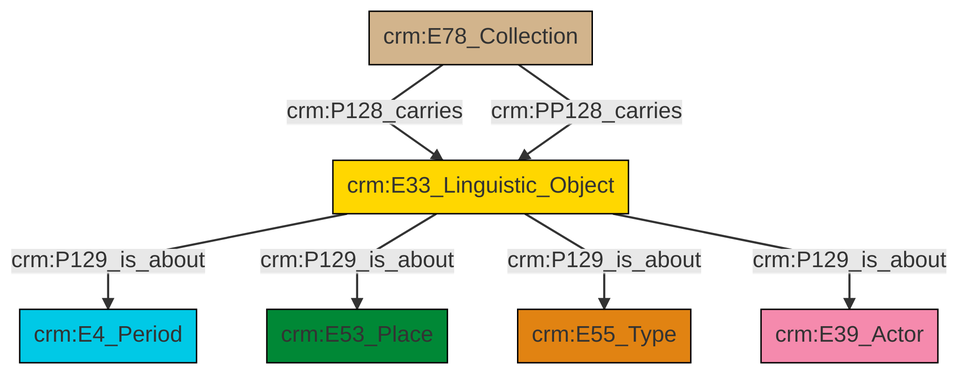
Above: et/archivalCSV/ttl/mmd/png/archival_aboutness.png in swiss-art-research-net/docs.swissartresearch (Mermaid), before the change. Its source is kept beside it as et/archivalCSV/ttl/mmd/archival_aboutness.ttl.mmd.
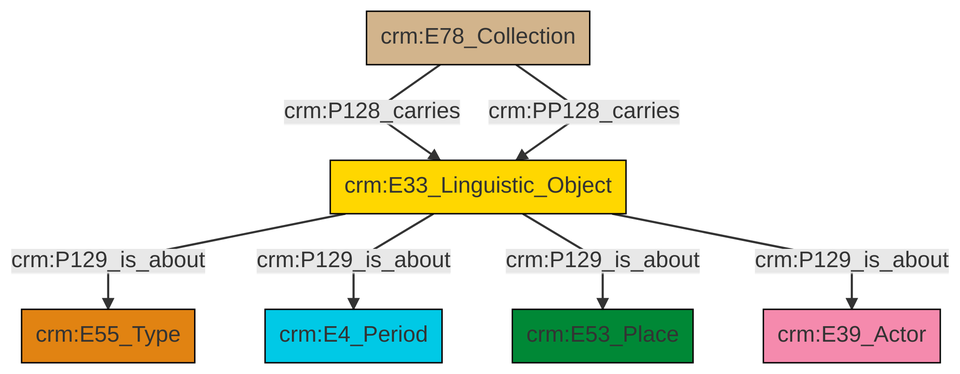
The same diagram one commit later.

Diff of the diagram source:
```diff
@@ -14,8 +14,8 @@
 classDef Multi fill:#cccccc,stroke:#000000;
 
 0["crm:E78_Collection"]:::Physical_Thing -->|crm:P128_carries| 1["crm:E33_Linguistic_Object"]:::Conceptual_Object
-1["crm:E33_Linguistic_Object"]:::Conceptual_Object -->|crm:P129_is_about| 2["crm:E4_Period"]:::Temporal_Entity
-1["crm:E33_Linguistic_Object"]:::Conceptual_Object -->|crm:P129_is_about| 8["crm:E53_Place"]:::Place
-1["crm:E33_Linguistic_Object"]:::Conceptual_Object -->|crm:P129_is_about| 4["crm:E55_Type"]:::Type
+1["crm:E33_Linguistic_Object"]:::Conceptual_Object -->|crm:P129_is_about| 2["crm:E55_Type"]:::Type
+1["crm:E33_Linguistic_Object"]:::Conceptual_Object -->|crm:P129_is_about| 8["crm:E4_Period"]:::Temporal_Entity
 0["crm:E78_Collection"]:::Physical_Thing -->|crm:PP128_carries| 1["crm:E33_Linguistic_Object"]:::Conceptual_Object
-1["crm:E33_Linguistic_Object"]:::Conceptual_Object -->|crm:P129_is_about| 6["crm:E39_Actor"]:::Actor
+1["crm:E33_Linguistic_Object"]:::Conceptual_Object -->|crm:P129_is_about| 5["crm:E53_Place"]:::Place
+1["crm:E33_Linguistic_Object"]:::Conceptual_Object -->|crm:P129_is_about| 9["crm:E39_Actor"]:::Actor
```
